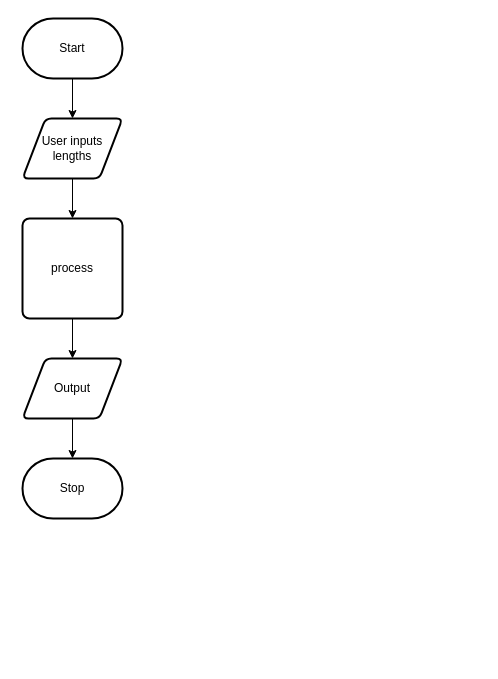
This is design/flow-chart.drawio from ekaterina-chernykh/ICS20-Unit-5-05, a draw.io file, before an edit. Source tidied: cells renumbered, new cells numbered last; positions are measured from the earlier drawing's top-left corner, leaving out a move shared by most shapes. Both pictures are drawn from the tidied source at 100%, with x=0, y=0 at pixel (22, 18).
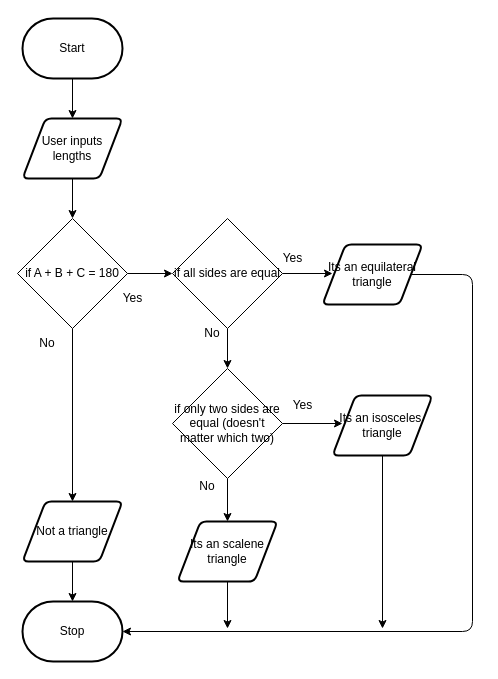
After the change.

The change refers to these unchanged cells:
```xml
<mxCell id="5" value="User inputs lengths" style="shape=parallelogram;html=1;strokeWidth=2;perimeter=parallelogramPerimeter;whiteSpace=wrap;rounded=1;arcSize=12;size=0.23;" parent="1" vertex="1">
  <mxGeometry y="100" width="100" height="60" as="geometry" />
</mxCell>
```

Change to the diagram source:
```diff
@@
-    <mxCell id="4" style="edgeStyle=none;html=1;" parent="1" edge="1" source="5" target="7">
-      <mxGeometry relative="1" as="geometry" />
+    <mxCell id="4" style="edgeStyle=none;html=1;" parent="1" edge="1" source="5">
+      <mxGeometry relative="1" as="geometry">
+        <mxPoint x="50" y="200" as="targetPoint" />
+      </mxGeometry>
     </mxCell>
@@
-    <mxCell id="6" style="edgeStyle=none;html=1;" parent="1" edge="1" source="7" target="9">
+    <mxCell id="6" style="edgeStyle=none;html=1;exitX=0.5;exitY=1;exitDx=0;exitDy=0;" parent="1" edge="1" source="12" target="9">
       <mxGeometry relative="1" as="geometry" />
     </mxCell>
-    <mxCell id="7" value="process" style="rounded=1;whiteSpace=wrap;html=1;absoluteArcSize=1;arcSize=14;strokeWidth=2;" parent="1" vertex="1">
-      <mxGeometry y="200" width="100" height="100" as="geometry" />
-    </mxCell>
@@
-    <mxCell id="9" value="Output" style="shape=parallelogram;html=1;strokeWidth=2;perimeter=parallelogramPerimeter;whiteSpace=wrap;rounded=1;arcSize=12;size=0.23;" parent="1" vertex="1">
-      <mxGeometry y="340" width="100" height="60" as="geometry" />
+    <mxCell id="9" value="Not a triangle" style="shape=parallelogram;html=1;strokeWidth=2;perimeter=parallelogramPerimeter;whiteSpace=wrap;rounded=1;arcSize=12;size=0.23;" parent="1" vertex="1">
+      <mxGeometry y="483" width="100" height="60" as="geometry" />
     </mxCell>
     <mxCell id="10" value="Stop" style="strokeWidth=2;html=1;shape=mxgraph.flowchart.terminator;whiteSpace=wrap;" parent="1" vertex="1">
-      <mxGeometry y="440" width="100" height="60" as="geometry" />
+      <mxGeometry y="583" width="100" height="60" as="geometry" />
     </mxCell>
+    <mxCell id="11" style="edgeStyle=none;html=1;exitX=1;exitY=0.5;exitDx=0;exitDy=0;" parent="1" edge="1" source="12">
+      <mxGeometry relative="1" as="geometry">
+        <mxPoint x="150" y="255" as="targetPoint" />
+      </mxGeometry>
+    </mxCell>
+    <mxCell id="12" value="if A + B + C = 180" style="rhombus;whiteSpace=wrap;html=1;" parent="1" vertex="1">
+      <mxGeometry x="-5" y="200" width="110" height="110" as="geometry" />
+    </mxCell>
+    <mxCell id="13" value="No" style="text;html=1;strokeColor=none;fillColor=none;align=center;verticalAlign=middle;whiteSpace=wrap;rounded=0;" parent="1" vertex="1">
+      <mxGeometry x="-5" y="310" width="60" height="30" as="geometry" />
+    </mxCell>
+    <mxCell id="14" value="Yes" style="text;html=1;align=center;verticalAlign=middle;strokeColor=none;fillColor=none;" parent="1" vertex="1">
+      <mxGeometry x="90" y="270" width="40" height="20" as="geometry" />
+    </mxCell>
+    <mxCell id="15" style="edgeStyle=none;html=1;exitX=1;exitY=0.5;exitDx=0;exitDy=0;" parent="1" edge="1" source="17">
+      <mxGeometry relative="1" as="geometry">
+        <mxPoint x="310" y="255" as="targetPoint" />
+      </mxGeometry>
+    </mxCell>
+    <mxCell id="16" style="edgeStyle=none;html=1;exitX=0.5;exitY=1;exitDx=0;exitDy=0;" parent="1" edge="1" source="17">
+      <mxGeometry relative="1" as="geometry">
+        <mxPoint x="205" y="350" as="targetPoint" />
+      </mxGeometry>
+    </mxCell>
+    <mxCell id="17" value="if all sides are equal" style="rhombus;whiteSpace=wrap;html=1;" parent="1" vertex="1">
+      <mxGeometry x="150" y="200" width="110" height="110" as="geometry" />
+    </mxCell>
+    <mxCell id="18" style="edgeStyle=none;html=1;exitX=1;exitY=0.5;exitDx=0;exitDy=0;entryX=1;entryY=0.5;entryDx=0;entryDy=0;entryPerimeter=0;" parent="1" edge="1" source="19" target="10">
+      <mxGeometry relative="1" as="geometry">
+        <Array as="points">
+          <mxPoint x="450" y="256" />
+          <mxPoint x="450" y="613" />
+        </Array>
+      </mxGeometry>
+    </mxCell>
+    <mxCell id="19" value="Its an&amp;nbsp;equilateral triangle" style="shape=parallelogram;html=1;strokeWidth=2;perimeter=parallelogramPerimeter;whiteSpace=wrap;rounded=1;arcSize=12;size=0.23;" parent="1" vertex="1">
+      <mxGeometry x="300" y="226" width="100" height="60" as="geometry" />
+    </mxCell>
+    <mxCell id="20" style="edgeStyle=none;html=1;exitX=0.5;exitY=1;exitDx=0;exitDy=0;entryX=0.5;entryY=0;entryDx=0;entryDy=0;" parent="1" edge="1" source="22" target="26">
+      <mxGeometry relative="1" as="geometry" />
+    </mxCell>
+    <mxCell id="21" style="edgeStyle=none;html=1;exitX=1;exitY=0.5;exitDx=0;exitDy=0;" parent="1" edge="1" source="22">
+      <mxGeometry relative="1" as="geometry">
+        <mxPoint x="320" y="405" as="targetPoint" />
+      </mxGeometry>
+    </mxCell>
+    <mxCell id="22" value="if only two sides are equal (doesn't matter which two)" style="rhombus;whiteSpace=wrap;html=1;" parent="1" vertex="1">
+      <mxGeometry x="150" y="350" width="110" height="110" as="geometry" />
+    </mxCell>
+    <mxCell id="23" value="No" style="text;html=1;strokeColor=none;fillColor=none;align=center;verticalAlign=middle;whiteSpace=wrap;rounded=0;" parent="1" vertex="1">
+      <mxGeometry x="160" y="300" width="60" height="30" as="geometry" />
+    </mxCell>
+    <mxCell id="24" value="Yes" style="text;html=1;align=center;verticalAlign=middle;strokeColor=none;fillColor=none;" parent="1" vertex="1">
+      <mxGeometry x="250" y="230" width="40" height="20" as="geometry" />
+    </mxCell>
+    <mxCell id="25" style="edgeStyle=none;html=1;exitX=0.5;exitY=1;exitDx=0;exitDy=0;" parent="1" edge="1" source="26">
+      <mxGeometry relative="1" as="geometry">
+        <mxPoint x="205" y="610" as="targetPoint" />
+      </mxGeometry>
+    </mxCell>
+    <mxCell id="26" value="Its an&amp;nbsp;scalene triangle" style="shape=parallelogram;html=1;strokeWidth=2;perimeter=parallelogramPerimeter;whiteSpace=wrap;rounded=1;arcSize=12;size=0.23;" parent="1" vertex="1">
+      <mxGeometry x="155" y="503" width="100" height="60" as="geometry" />
+    </mxCell>
+    <mxCell id="27" value="No" style="text;html=1;strokeColor=none;fillColor=none;align=center;verticalAlign=middle;whiteSpace=wrap;rounded=0;" parent="1" vertex="1">
+      <mxGeometry x="155" y="453" width="60" height="30" as="geometry" />
+    </mxCell>
+    <mxCell id="28" style="edgeStyle=none;html=1;exitX=0.5;exitY=1;exitDx=0;exitDy=0;" parent="1" edge="1" source="29">
+      <mxGeometry relative="1" as="geometry">
+        <mxPoint x="360" y="610" as="targetPoint" />
+      </mxGeometry>
+    </mxCell>
+    <mxCell id="29" value="Its an&amp;nbsp;isosceles&amp;nbsp; triangle" style="shape=parallelogram;html=1;strokeWidth=2;perimeter=parallelogramPerimeter;whiteSpace=wrap;rounded=1;arcSize=12;size=0.23;" parent="1" vertex="1">
+      <mxGeometry x="310" y="377" width="100" height="60" as="geometry" />
+    </mxCell>
+    <mxCell id="30" value="Yes" style="text;html=1;align=center;verticalAlign=middle;strokeColor=none;fillColor=none;" parent="1" vertex="1">
+      <mxGeometry x="260" y="377" width="40" height="20" as="geometry" />
+    </mxCell>
```
